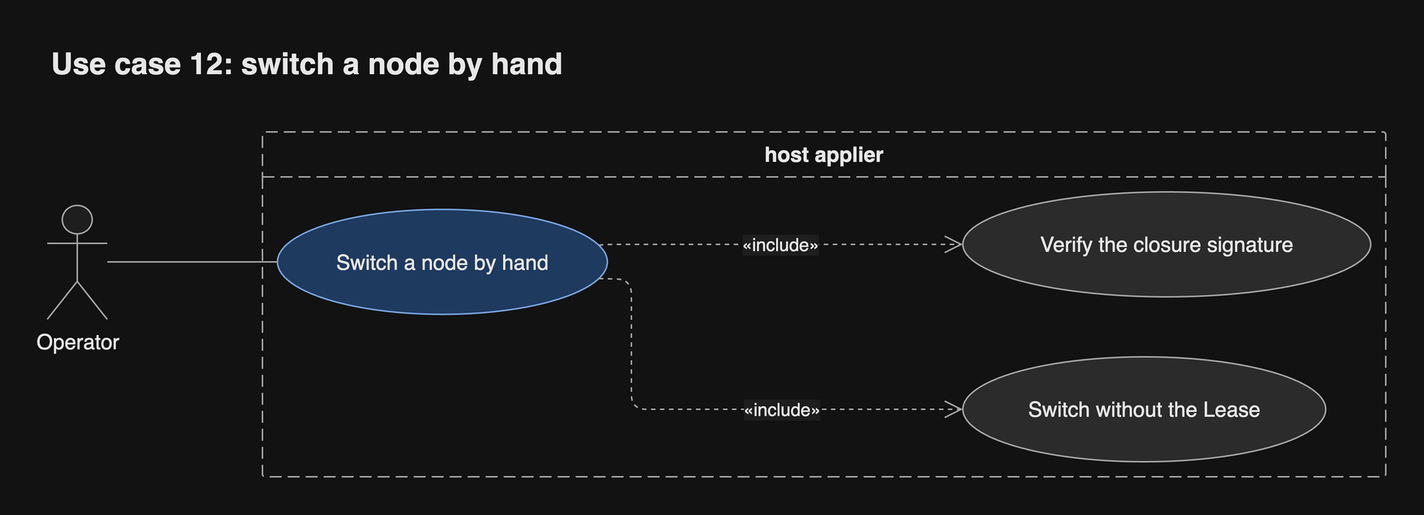
Earlier version of the draw.io export docs/diagrams/png/uc12-break-glass.png (JorisJonkers-dev/estate-kit). Source tidied: cells renumbered, new cells last; positions are measured from the earlier drawing's top-left corner, leaving out a move shared by most shapes. The source it was exported from:
```xml
<mxGraphModel>
  <root>
    <mxCell id="0" />
    <mxCell id="1" parent="0" />
    <mxCell id="2" value="host applier" style="swimlane;startSize=30;rounded=1;arcSize=4;absoluteArcSize=1;dashed=1;dashPattern=8 4;html=1;whiteSpace=wrap;fontSize=14;fontColor=light-dark(#1a1a1a,#e8e8e8);fontStyle=1;fillColor=none;swimlaneFillColor=none;strokeColor=light-dark(#666666,#a8a8a8);fontFamily=Helvetica;" parent="1" vertex="1">
      <mxGeometry x="144" y="64" width="749" height="230" as="geometry" />
    </mxCell>
    <mxCell id="3" value="Switch a node by hand" style="ellipse;html=1;whiteSpace=wrap;fontSize=14;fontColor=light-dark(#1a1a1a,#e8e8e8);fillColor=light-dark(#dae8fc,#1f3a5f);strokeColor=light-dark(#6c8ebf,#7aa7e0);fontFamily=Helvetica;" parent="2" vertex="1">
      <mxGeometry x="10" y="51.7" width="220" height="70" as="geometry" />
    </mxCell>
    <mxCell id="4" value="Verify the closure signature" style="ellipse;html=1;whiteSpace=wrap;fontSize=14;fontColor=light-dark(#1a1a1a,#e8e8e8);fillColor=light-dark(#f5f5f5,#2b2b2b);strokeColor=light-dark(#666666,#a8a8a8);fontFamily=Helvetica;" parent="2" vertex="1">
      <mxGeometry x="467" y="40" width="272" height="70" as="geometry" />
    </mxCell>
    <mxCell id="5" value="Switch without the Lease" style="ellipse;html=1;whiteSpace=wrap;fontSize=14;fontColor=light-dark(#1a1a1a,#e8e8e8);fillColor=light-dark(#f5f5f5,#2b2b2b);strokeColor=light-dark(#666666,#a8a8a8);fontFamily=Helvetica;" parent="2" vertex="1">
      <mxGeometry x="467" y="150" width="242" height="70" as="geometry" />
    </mxCell>
    <mxCell id="6" value="«include»" style="html=1;rounded=1;fontSize=14;fontSize=12;fontColor=light-dark(#1a1a1a,#e8e8e8);strokeColor=light-dark(#666666,#a8a8a8);endArrow=open;endSize=10;dashed=1;noEdgeStyle=1;orthogonal=1;curved=0;exitX=0.9714;exitY=0.3333;entryX=0;entryY=0.5;fontFamily=Helvetica;labelBackgroundColor=light-dark(#ffffff,#1e1e1e);" parent="2" edge="1" source="3" target="4">
      <mxGeometry relative="1" as="geometry">
        <Array as="points">
          <mxPoint x="230" y="75" />
        </Array>
      </mxGeometry>
    </mxCell>
    <mxCell id="7" value="«include»" style="html=1;rounded=1;fontSize=14;fontSize=12;fontColor=light-dark(#1a1a1a,#e8e8e8);strokeColor=light-dark(#666666,#a8a8a8);endArrow=open;endSize=10;dashed=1;noEdgeStyle=1;orthogonal=1;curved=0;exitX=0.9715;exitY=0.6666;entryX=0;entryY=0.5;fontFamily=Helvetica;labelBackgroundColor=light-dark(#ffffff,#1e1e1e);" parent="2" edge="1" source="3" target="5">
      <mxGeometry relative="1" as="geometry">
        <Array as="points">
          <mxPoint x="246" y="98.3" />
          <mxPoint x="246" y="185" />
        </Array>
        <mxPoint x="43.3" as="offset" />
      </mxGeometry>
    </mxCell>
    <mxCell id="8" value="Operator" style="shape=umlActor;verticalLabelPosition=bottom;verticalAlign=top;outlineConnect=0;html=1;whiteSpace=wrap;fontSize=14;fontColor=light-dark(#1a1a1a,#e8e8e8);fillColor=light-dark(#ffffff,#1e1e1e);strokeColor=light-dark(#666666,#a8a8a8);fontFamily=Helvetica;" parent="1" vertex="1">
      <mxGeometry x="0.5" y="113" width="40" height="76" as="geometry" />
    </mxCell>
    <mxCell id="9" style="html=1;rounded=1;fontSize=14;fontSize=12;fontColor=light-dark(#1a1a1a,#e8e8e8);strokeColor=light-dark(#666666,#a8a8a8);endArrow=none;curved=0;exitX=1;exitY=0.4957;entryX=0;entryY=0.5;edgeStyle=orthogonalEdgeStyle;fontFamily=Helvetica;labelBackgroundColor=light-dark(#ffffff,#1e1e1e);" parent="1" edge="1" source="8" target="3">
      <mxGeometry relative="1" as="geometry">
        <Array as="points">
          <mxPoint x="139" y="150.7" />
        </Array>
      </mxGeometry>
    </mxCell>
    <mxCell id="10" value="Use case 12: switch a node by hand" style="text;html=1;whiteSpace=wrap;align=left;verticalAlign=middle;fontSize=20;fontStyle=1;fontColor=light-dark(#1a1a1a,#e8e8e8);fontFamily=Helvetica;" parent="1" vertex="1">
      <mxGeometry x="0.5" width="892.5" height="36" as="geometry" />
    </mxCell>
  </root>
</mxGraphModel>
```
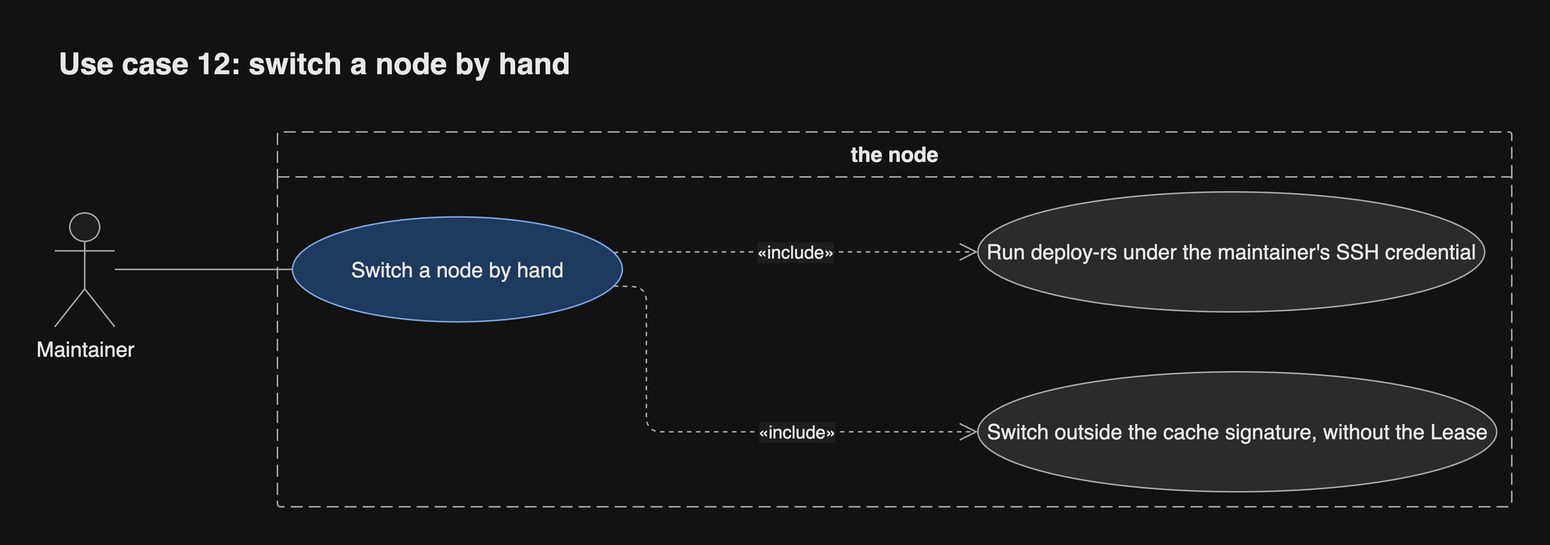
After the commit.

Change to the diagram source:
```diff
@@ -2,46 +2,46 @@
   <root>
     <mxCell id="0" />
     <mxCell id="1" parent="0" />
-    <mxCell id="2" value="host applier" style="swimlane;startSize=30;rounded=1;arcSize=4;absoluteArcSize=1;dashed=1;dashPattern=8 4;html=1;whiteSpace=wrap;fontSize=14;fontColor=light-dark(#1a1a1a,#e8e8e8);fontStyle=1;fillColor=none;swimlaneFillColor=none;strokeColor=light-dark(#666666,#a8a8a8);fontFamily=Helvetica;" parent="1" vertex="1">
-      <mxGeometry x="144" y="64" width="749" height="230" as="geometry" />
+    <mxCell id="2" value="the node" style="swimlane;startSize=30;rounded=1;arcSize=4;absoluteArcSize=1;dashed=1;dashPattern=8 4;html=1;whiteSpace=wrap;fontSize=14;fontColor=light-dark(#1a1a1a,#e8e8e8);fontStyle=1;fillColor=none;swimlaneFillColor=none;strokeColor=light-dark(#666666,#a8a8a8);fontFamily=Helvetica;" parent="1" vertex="1">
+      <mxGeometry x="154" y="64" width="823" height="250" as="geometry" />
     </mxCell>
     <mxCell id="3" value="Switch a node by hand" style="ellipse;html=1;whiteSpace=wrap;fontSize=14;fontColor=light-dark(#1a1a1a,#e8e8e8);fillColor=light-dark(#dae8fc,#1f3a5f);strokeColor=light-dark(#6c8ebf,#7aa7e0);fontFamily=Helvetica;" parent="2" vertex="1">
-      <mxGeometry x="10" y="51.7" width="220" height="70" as="geometry" />
+      <mxGeometry x="10" y="56.7" width="220" height="70" as="geometry" />
     </mxCell>
-    <mxCell id="4" value="Verify the closure signature" style="ellipse;html=1;whiteSpace=wrap;fontSize=14;fontColor=light-dark(#1a1a1a,#e8e8e8);fillColor=light-dark(#f5f5f5,#2b2b2b);strokeColor=light-dark(#666666,#a8a8a8);fontFamily=Helvetica;" parent="2" vertex="1">
-      <mxGeometry x="467" y="40" width="272" height="70" as="geometry" />
+    <mxCell id="4" value="Run deploy-rs under the maintainer's SSH credential" style="ellipse;html=1;whiteSpace=wrap;fontSize=14;fontColor=light-dark(#1a1a1a,#e8e8e8);fillColor=light-dark(#f5f5f5,#2b2b2b);strokeColor=light-dark(#666666,#a8a8a8);fontFamily=Helvetica;" parent="2" vertex="1">
+      <mxGeometry x="467" y="40" width="338" height="80" as="geometry" />
     </mxCell>
-    <mxCell id="5" value="Switch without the Lease" style="ellipse;html=1;whiteSpace=wrap;fontSize=14;fontColor=light-dark(#1a1a1a,#e8e8e8);fillColor=light-dark(#f5f5f5,#2b2b2b);strokeColor=light-dark(#666666,#a8a8a8);fontFamily=Helvetica;" parent="2" vertex="1">
-      <mxGeometry x="467" y="150" width="242" height="70" as="geometry" />
+    <mxCell id="5" value="Switch outside the cache signature, without the Lease" style="ellipse;html=1;whiteSpace=wrap;fontSize=14;fontColor=light-dark(#1a1a1a,#e8e8e8);fillColor=light-dark(#f5f5f5,#2b2b2b);strokeColor=light-dark(#666666,#a8a8a8);fontFamily=Helvetica;" parent="2" vertex="1">
+      <mxGeometry x="467" y="160" width="346" height="80" as="geometry" />
     </mxCell>
     <mxCell id="6" value="«include»" style="html=1;rounded=1;fontSize=14;fontSize=12;fontColor=light-dark(#1a1a1a,#e8e8e8);strokeColor=light-dark(#666666,#a8a8a8);endArrow=open;endSize=10;dashed=1;noEdgeStyle=1;orthogonal=1;curved=0;exitX=0.9714;exitY=0.3333;entryX=0;entryY=0.5;fontFamily=Helvetica;labelBackgroundColor=light-dark(#ffffff,#1e1e1e);" parent="2" edge="1" source="3" target="4">
       <mxGeometry relative="1" as="geometry">
         <Array as="points">
-          <mxPoint x="230" y="75" />
+          <mxPoint x="230" y="80" />
         </Array>
       </mxGeometry>
     </mxCell>
     <mxCell id="7" value="«include»" style="html=1;rounded=1;fontSize=14;fontSize=12;fontColor=light-dark(#1a1a1a,#e8e8e8);strokeColor=light-dark(#666666,#a8a8a8);endArrow=open;endSize=10;dashed=1;noEdgeStyle=1;orthogonal=1;curved=0;exitX=0.9715;exitY=0.6666;entryX=0;entryY=0.5;fontFamily=Helvetica;labelBackgroundColor=light-dark(#ffffff,#1e1e1e);" parent="2" edge="1" source="3" target="5">
       <mxGeometry relative="1" as="geometry">
         <Array as="points">
-          <mxPoint x="246" y="98.3" />
-          <mxPoint x="246" y="185" />
+          <mxPoint x="246" y="103.3" />
+          <mxPoint x="246" y="200" />
         </Array>
-        <mxPoint x="43.3" as="offset" />
+        <mxPoint x="48.3" as="offset" />
       </mxGeometry>
     </mxCell>
-    <mxCell id="8" value="Operator" style="shape=umlActor;verticalLabelPosition=bottom;verticalAlign=top;outlineConnect=0;html=1;whiteSpace=wrap;fontSize=14;fontColor=light-dark(#1a1a1a,#e8e8e8);fillColor=light-dark(#ffffff,#1e1e1e);strokeColor=light-dark(#666666,#a8a8a8);fontFamily=Helvetica;" parent="1" vertex="1">
-      <mxGeometry x="0.5" y="113" width="40" height="76" as="geometry" />
+    <mxCell id="8" value="Maintainer" style="shape=umlActor;verticalLabelPosition=bottom;verticalAlign=top;outlineConnect=0;html=1;whiteSpace=wrap;fontSize=14;fontColor=light-dark(#1a1a1a,#e8e8e8);fillColor=light-dark(#ffffff,#1e1e1e);strokeColor=light-dark(#666666,#a8a8a8);fontFamily=Helvetica;" parent="1" vertex="1">
+      <mxGeometry x="5.5" y="118" width="40" height="76" as="geometry" />
     </mxCell>
     <mxCell id="9" style="html=1;rounded=1;fontSize=14;fontSize=12;fontColor=light-dark(#1a1a1a,#e8e8e8);strokeColor=light-dark(#666666,#a8a8a8);endArrow=none;curved=0;exitX=1;exitY=0.4957;entryX=0;entryY=0.5;edgeStyle=orthogonalEdgeStyle;fontFamily=Helvetica;labelBackgroundColor=light-dark(#ffffff,#1e1e1e);" parent="1" edge="1" source="8" target="3">
       <mxGeometry relative="1" as="geometry">
         <Array as="points">
-          <mxPoint x="139" y="150.7" />
+          <mxPoint x="149" y="155.7" />
         </Array>
       </mxGeometry>
     </mxCell>
     <mxCell id="10" value="Use case 12: switch a node by hand" style="text;html=1;whiteSpace=wrap;align=left;verticalAlign=middle;fontSize=20;fontStyle=1;fontColor=light-dark(#1a1a1a,#e8e8e8);fontFamily=Helvetica;" parent="1" vertex="1">
-      <mxGeometry x="0.5" width="892.5" height="36" as="geometry" />
+      <mxGeometry x="5.5" width="971.5" height="36" as="geometry" />
     </mxCell>
   </root>
 </mxGraphModel>
```
